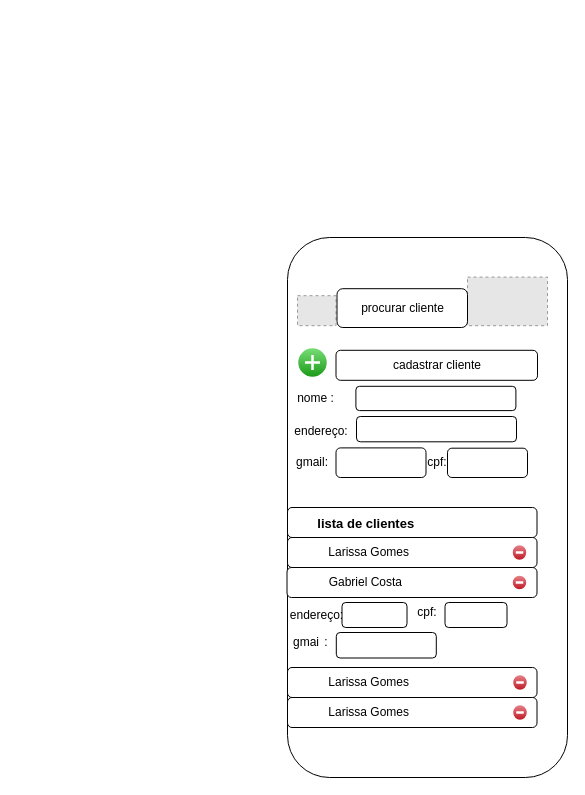
Earlier version of the draw.io diagram doc/tela do cliente.drawio (marieduas/fluxograma_). Source tidied: cells renumbered, new cells numbered last; positions are measured from the earlier drawing's top-left corner, leaving out a move shared by most shapes. Both pictures are drawn from the tidied source at 100%, with x=0, y=0 at pixel (275, 237). Pictures stored in the file or linked from it are replaced by grey dashed boxes.
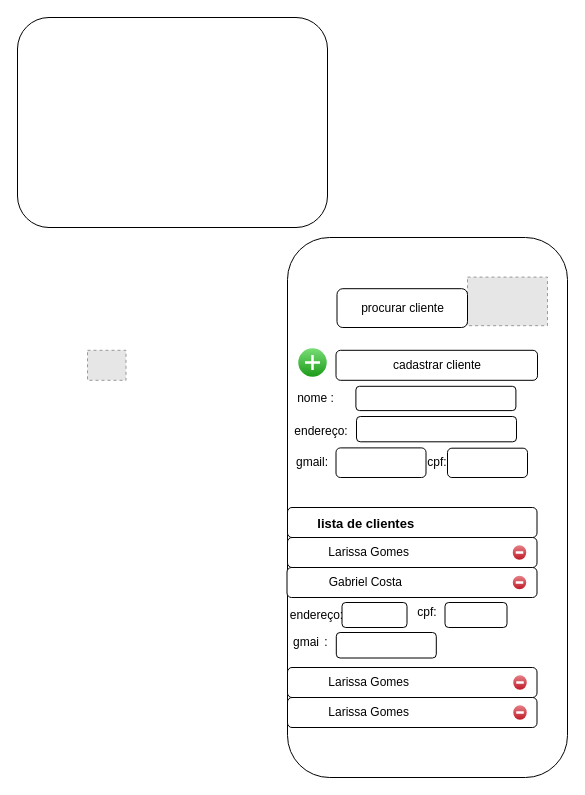
The same diagram, later.

What changed in the source:
```diff
@@
     <mxCell id="3" style="fillColor=#E6E6E6;strokeColor=#999999;dashed=1;verticalLabelPosition=bottom;labelBackgroundColor=default;verticalAlign=top;" parent="1" vertex="1">
-      <mxGeometry x="22" y="58.2" width="38.5" height="30" as="geometry" />
+      <mxGeometry x="-188" y="112.8" width="38.5" height="30" as="geometry" />
     </mxCell>
@@
+    <mxCell id="33" style="rounded=1;whiteSpace=wrap;html=1;" parent="1" vertex="1">
+      <mxGeometry x="-258" y="-220" width="310" height="210" as="geometry" />
+    </mxCell>
```
